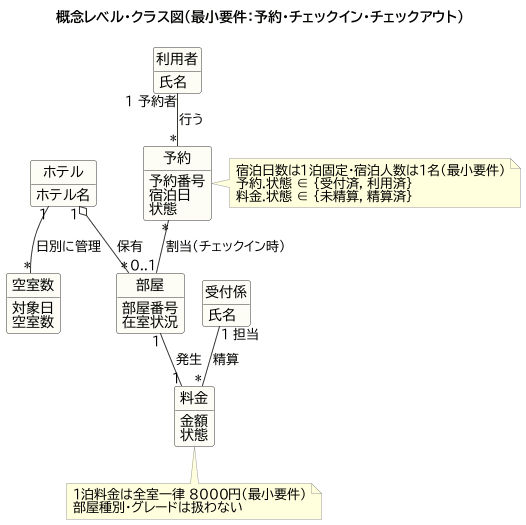
Before: diagrams/01-1_概念クラス図.png, a diagram exported from PlantUML (Igakg/software-engineering-hotel-v2). The source it was exported from:
```plantuml
@startuml
!pragma layout smetana
!include _style.iuml
title 概念レベル・クラス図（最小要件：予約・チェックイン・チェックアウト）
hide empty members
hide circle

class ホテル {
  ホテル名
}
class 利用者 {
  氏名
}
class 受付係 {
  氏名
}
class 予約 {
  予約番号
  宿泊日
  状態
}
class 部屋 {
  部屋番号
  在室状況
}
class 空室数 {
  対象日
  空室数
}
class 料金 {
  金額
  状態
}

ホテル "1" o-- "*" 部屋 : 保有
ホテル "1" -- "*" 空室数 : 日別に管理
利用者 "1 予約者" -- "*" 予約 : 行う
予約 "*" -- "0..1" 部屋 : 割当（チェックイン時）
部屋 "1" -- "1" 料金 : 発生
受付係 "1 担当" -- "*" 料金 : 精算

note bottom of 料金
  1泊料金は全室一律 8000円（最小要件）
  部屋種別・グレードは扱わない
end note

note right of 予約
  宿泊日数は1泊固定・宿泊人数は1名（最小要件）
  予約.状態 ∈ {受付済, 利用済}
  料金.状態 ∈ {未精算, 精算済}
end note
@enduml
```
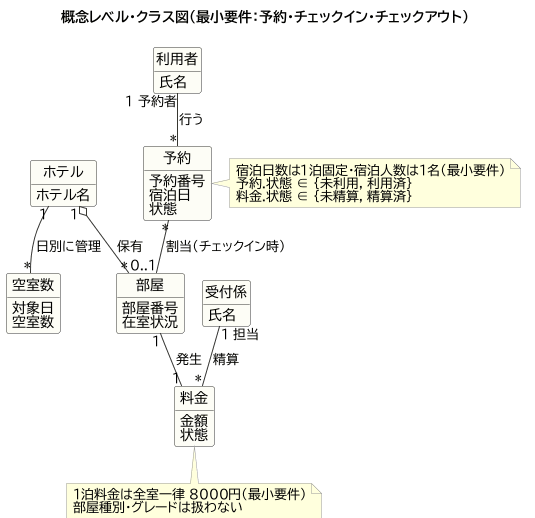
Above is the later version.

Diff of the diagram source:
```diff
@@ -46,7 +46,7 @@
 
 note right of 予約
   宿泊日数は1泊固定・宿泊人数は1名（最小要件）
-  予約.状態 ∈ {受付済, 利用済}
+  予約.状態 ∈ {未利用, 利用済}
   料金.状態 ∈ {未精算, 精算済}
 end note
 @enduml
```
